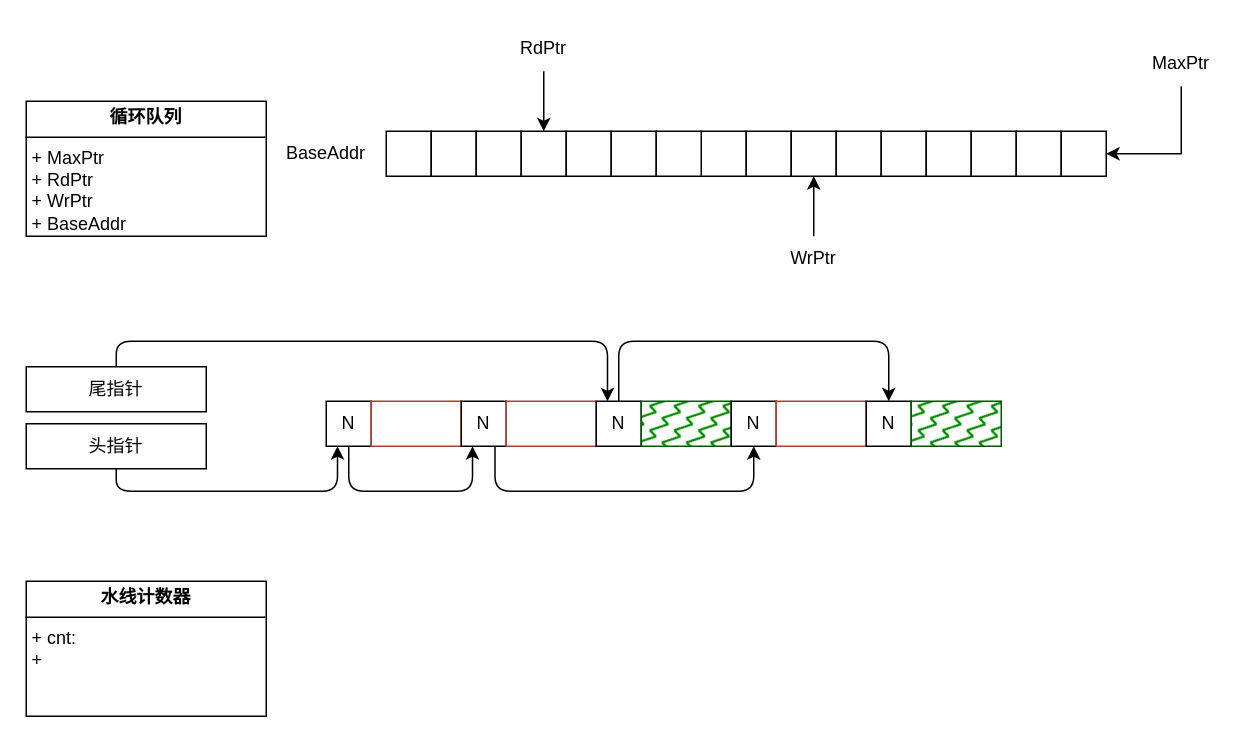
Earlier version of the draw.io diagram page "循环队列" (1 of 4) of qtv2.drawio (joliet0l/Diagram). Source tidied: cells renumbered, new cells numbered last; positions are measured from the earlier drawing's top-left corner, leaving out a move shared by most shapes. Both pictures are drawn from the tidied source at 150%, with x=0, y=0 at pixel (26, 26).
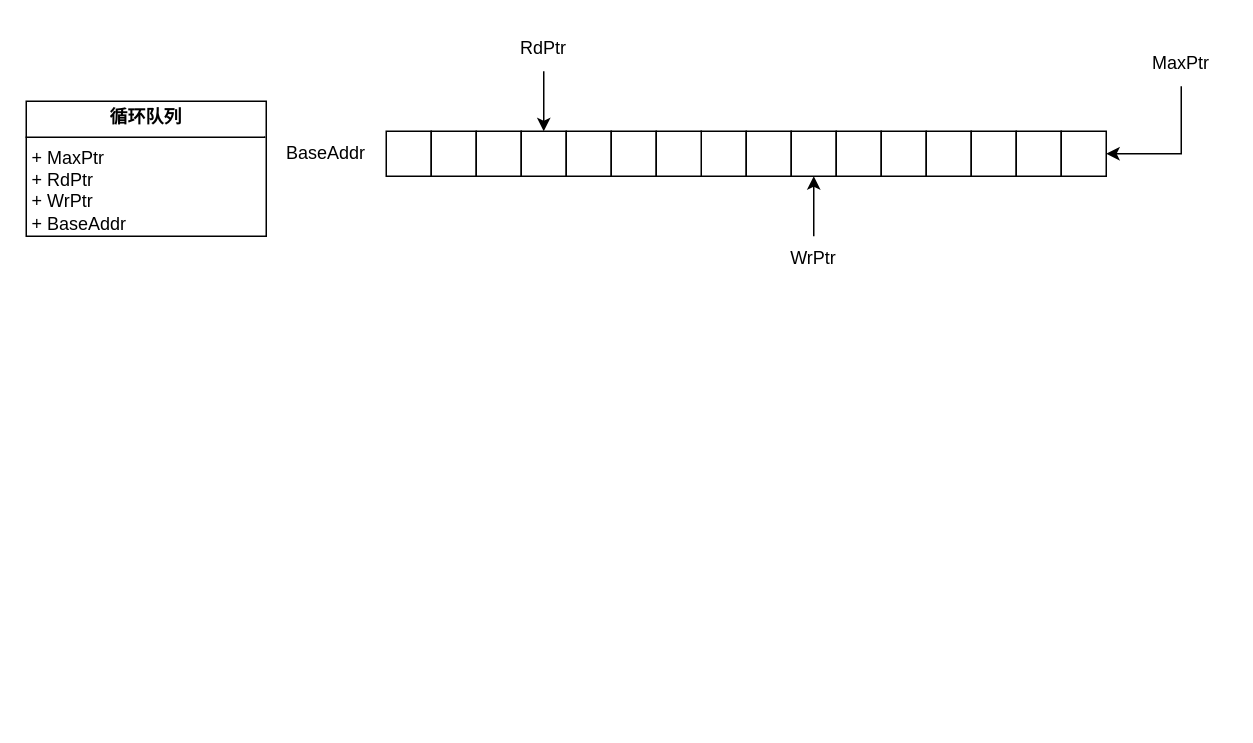
After the change.

Commit message:
分离数据结构

What changed in the source:
```diff
@@
-    <mxCell id="27" style="edgeStyle=orthogonalEdgeStyle;rounded=1;jettySize=auto;html=1;exitX=0.5;exitY=1;exitDx=0;exitDy=0;entryX=0.25;entryY=1;entryDx=0;entryDy=0;curved=0;" parent="1" edge="1" source="28" target="31">
-      <mxGeometry relative="1" as="geometry">
-        <Array as="points">
-          <mxPoint x="215" y="310" />
-          <mxPoint x="298" y="310" />
-        </Array>
-      </mxGeometry>
-    </mxCell>
-    <mxCell id="28" value="N" style="whiteSpace=wrap;html=1;" parent="1" vertex="1">
-      <mxGeometry x="200" y="250" width="30" height="30" as="geometry" />
-    </mxCell>
-    <mxCell id="29" style="rounded=0;whiteSpace=wrap;html=1;fillStyle=zigzag-line;fillColor=none;strokeColor=#ae4132;" parent="1" vertex="1">
-      <mxGeometry x="230" y="250" width="60" height="30" as="geometry" />
-    </mxCell>
-    <mxCell id="30" style="edgeStyle=orthogonalEdgeStyle;rounded=1;jettySize=auto;html=1;exitX=0.75;exitY=1;exitDx=0;exitDy=0;entryX=0.5;entryY=1;entryDx=0;entryDy=0;curved=0;" parent="1" edge="1" source="31" target="36">
-      <mxGeometry relative="1" as="geometry">
-        <Array as="points">
-          <mxPoint x="313" y="310" />
-          <mxPoint x="485" y="310" />
-        </Array>
-      </mxGeometry>
-    </mxCell>
-    <mxCell id="31" value="N" style="whiteSpace=wrap;html=1;" parent="1" vertex="1">
-      <mxGeometry x="290" y="250" width="30" height="30" as="geometry" />
-    </mxCell>
-    <mxCell id="32" style="rounded=0;whiteSpace=wrap;html=1;fillStyle=zigzag-line;fillColor=none;strokeColor=#ae4132;" parent="1" vertex="1">
-      <mxGeometry x="320" y="250" width="60" height="30" as="geometry" />
-    </mxCell>
-    <mxCell id="33" style="edgeStyle=orthogonalEdgeStyle;rounded=1;jettySize=auto;html=1;exitX=0.5;exitY=0;exitDx=0;exitDy=0;entryX=0.5;entryY=0;entryDx=0;entryDy=0;curved=0;" parent="1" edge="1" source="34" target="38">
-      <mxGeometry relative="1" as="geometry">
-        <Array as="points">
-          <mxPoint x="395" y="210" />
-          <mxPoint x="575" y="210" />
-        </Array>
-      </mxGeometry>
-    </mxCell>
-    <mxCell id="34" value="N" style="whiteSpace=wrap;html=1;" parent="1" vertex="1">
-      <mxGeometry x="380" y="250" width="30" height="30" as="geometry" />
-    </mxCell>
-    <mxCell id="35" style="rounded=0;whiteSpace=wrap;html=1;fillStyle=zigzag-line;fillColor=#008a00;strokeColor=#005700;fontColor=#ffffff;" parent="1" vertex="1">
-      <mxGeometry x="410" y="250" width="60" height="30" as="geometry" />
-    </mxCell>
-    <mxCell id="36" value="N" style="whiteSpace=wrap;html=1;" parent="1" vertex="1">
-      <mxGeometry x="470" y="250" width="30" height="30" as="geometry" />
-    </mxCell>
-    <mxCell id="37" style="rounded=0;whiteSpace=wrap;html=1;fillStyle=zigzag-line;fillColor=none;strokeColor=#ae4132;" parent="1" vertex="1">
-      <mxGeometry x="500" y="250" width="60" height="30" as="geometry" />
-    </mxCell>
-    <mxCell id="38" value="N" style="whiteSpace=wrap;html=1;" parent="1" vertex="1">
-      <mxGeometry x="560" y="250" width="30" height="30" as="geometry" />
-    </mxCell>
-    <mxCell id="39" style="rounded=0;whiteSpace=wrap;html=1;fillStyle=zigzag-line;fillColor=#008a00;strokeColor=#005700;fontColor=#ffffff;" parent="1" vertex="1">
-      <mxGeometry x="590" y="250" width="60" height="30" as="geometry" />
-    </mxCell>
-    <mxCell id="40" style="edgeStyle=orthogonalEdgeStyle;rounded=1;jettySize=auto;html=1;exitX=0.5;exitY=1;exitDx=0;exitDy=0;entryX=0.25;entryY=1;entryDx=0;entryDy=0;curved=0;" parent="1" edge="1" source="41" target="28">
-      <mxGeometry relative="1" as="geometry">
-        <Array as="points">
-          <mxPoint x="60" y="310" />
-          <mxPoint x="208" y="310" />
-        </Array>
-      </mxGeometry>
-    </mxCell>
-    <mxCell id="41" value="头指针" style="rounded=0;whiteSpace=wrap;html=1;" parent="1" vertex="1">
-      <mxGeometry y="265" width="120" height="30" as="geometry" />
-    </mxCell>
-    <mxCell id="42" style="edgeStyle=orthogonalEdgeStyle;rounded=1;jettySize=auto;html=1;exitX=0.5;exitY=0;exitDx=0;exitDy=0;entryX=0.25;entryY=0;entryDx=0;entryDy=0;curved=0;" parent="1" edge="1" source="43" target="34">
-      <mxGeometry relative="1" as="geometry">
-        <Array as="points">
-          <mxPoint x="60" y="210" />
-          <mxPoint x="388" y="210" />
-        </Array>
-      </mxGeometry>
-    </mxCell>
-    <mxCell id="43" value="尾指针" style="rounded=0;whiteSpace=wrap;html=1;" parent="1" vertex="1">
-      <mxGeometry y="227" width="120" height="30" as="geometry" />
-    </mxCell>
-    <mxCell id="44" value="&lt;p style=&quot;margin:0px;margin-top:4px;text-align:center;&quot;&gt;&lt;b&gt;水线计数器&lt;/b&gt;&lt;/p&gt;&lt;hr size=&quot;1&quot; style=&quot;border-style:solid;&quot;&gt;&lt;p style=&quot;margin:0px;margin-left:4px;&quot;&gt;+ cnt:&amp;nbsp;&lt;/p&gt;&lt;p style=&quot;margin:0px;margin-left:4px;&quot;&gt;+&amp;nbsp;&lt;/p&gt;&lt;p style=&quot;margin:0px;margin-left:4px;&quot;&gt;&lt;br&gt;&lt;/p&gt;" style="verticalAlign=top;align=left;overflow=fill;html=1;whiteSpace=wrap;" parent="1" vertex="1">
-      <mxGeometry y="370" width="160" height="90" as="geometry" />
-    </mxCell>
```
